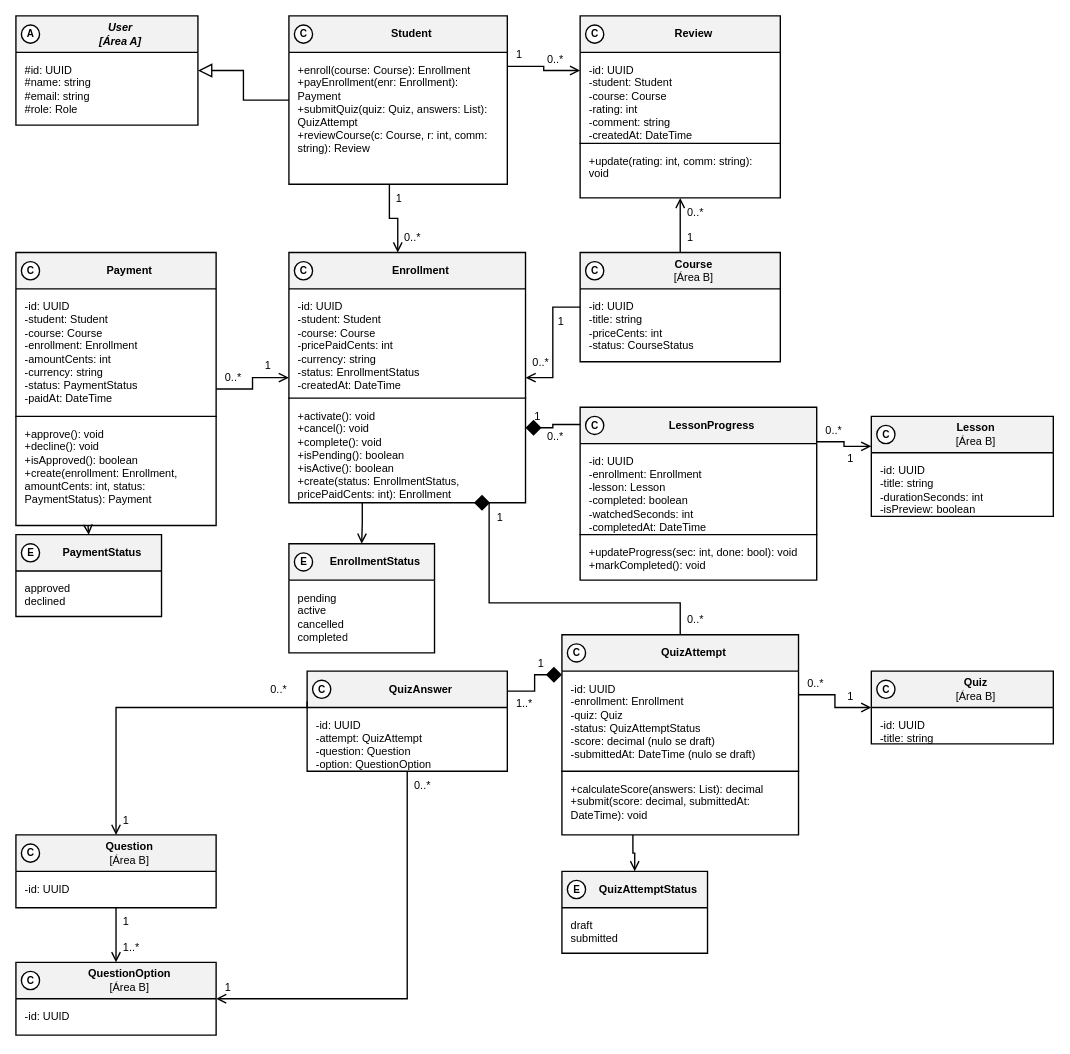
Before: especificacao/diagramas/13-classes-area-c-negocial.drawio in Plataforma-de-Cursos-TCC/plataforma-cursos-docs, a draw.io diagram. Source tidied: cells renumbered, new cells numbered last; positions are measured from the earlier drawing's top-left corner, leaving out a move shared by most shapes. Both pictures are drawn from the tidied source at 91%, with x=0, y=0 at pixel (15, 15).
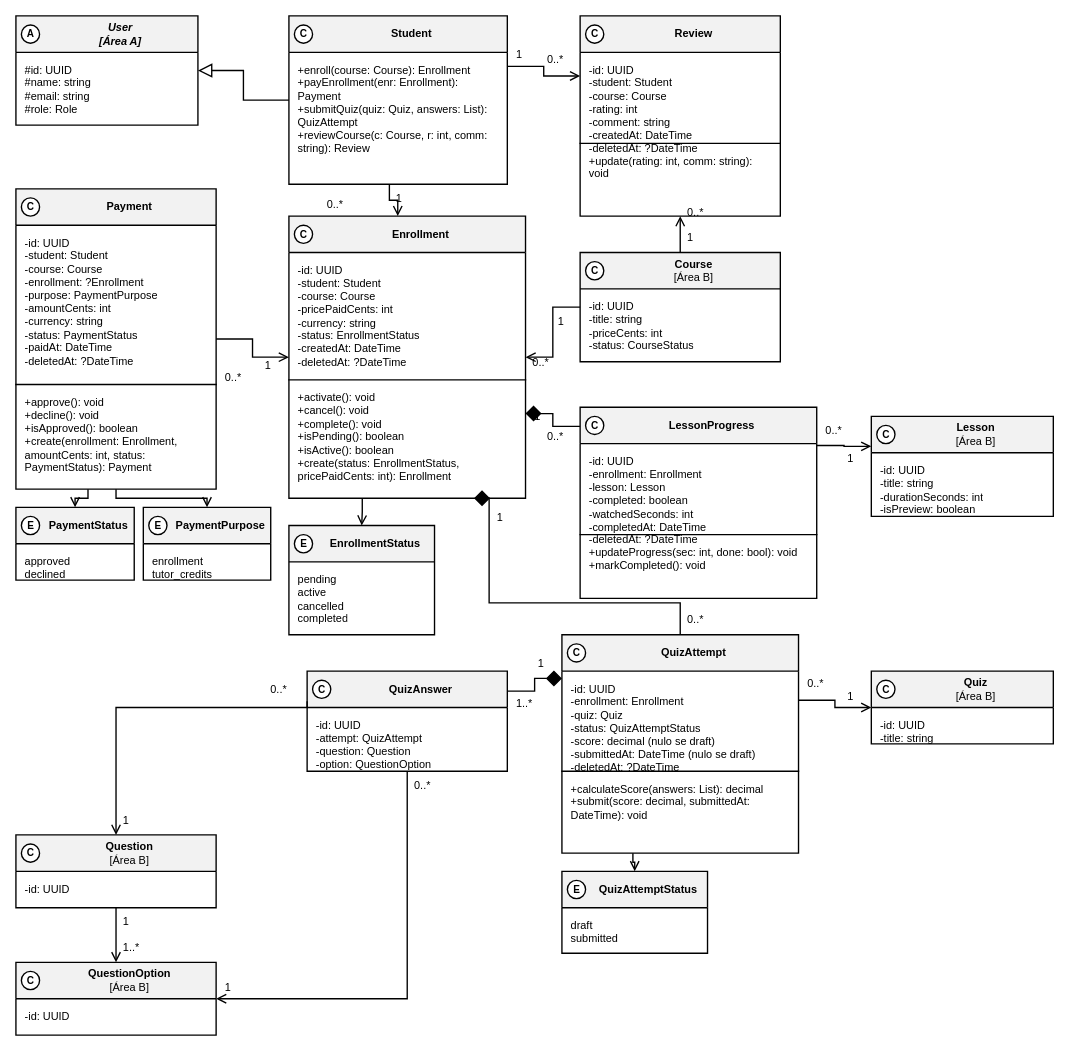
Above is the later version.

Commit message (it also covers changes not shown here):
docs(area-c): refactor class diagrams layout and role colors

The edit, as a diff of the source:
```diff
@@
     <mxCell id="8" value="&lt;b&gt;EnrollmentStatus&lt;/b&gt;" style="swimlane;fontStyle=0;align=center;verticalAlign=middle;horizontal=1;startSize=40;html=1;whiteSpace=wrap;fontFamily=Helvetica;fontSize=12;fillColor=#F2F2F2;swimlaneFillColor=#FFFFFF;strokeColor=#000000;strokeWidth=1.5;fontColor=#000000;spacingLeft=30;" parent="1" vertex="1">
-      <mxGeometry x="300" y="580" width="160" height="120" as="geometry" />
+      <mxGeometry x="300" y="560" width="160" height="120" as="geometry" />
     </mxCell>
@@
     <mxCell id="10" value="&lt;b&gt;PaymentStatus&lt;/b&gt;" style="swimlane;fontStyle=0;align=center;verticalAlign=middle;horizontal=1;startSize=40;html=1;whiteSpace=wrap;fontFamily=Helvetica;fontSize=12;fillColor=#F2F2F2;swimlaneFillColor=#FFFFFF;strokeColor=#000000;strokeWidth=1.5;fontColor=#000000;spacingLeft=30;" parent="1" vertex="1">
-      <mxGeometry y="570" width="160" height="90" as="geometry" />
+      <mxGeometry y="540" width="130" height="80" as="geometry" />
     </mxCell>
     <mxCell id="11" value="approved&lt;br&gt;declined" style="text;strokeColor=none;fillColor=none;align=left;verticalAlign=top;spacingLeft=8;spacingRight=8;spacingTop=6;overflow=hidden;whiteSpace=wrap;html=1;fontFamily=Helvetica;fontSize=12;fontColor=#000000;" parent="10" vertex="1">
-      <mxGeometry y="40" width="160" height="50" as="geometry" />
+      <mxGeometry y="40" width="130" height="50" as="geometry" />
     </mxCell>
     <mxCell id="12" value="&lt;b&gt;Payment&lt;/b&gt;" style="swimlane;fontStyle=0;align=center;verticalAlign=middle;horizontal=1;startSize=40;html=1;whiteSpace=wrap;fontFamily=Helvetica;fontSize=12;fillColor=#F2F2F2;swimlaneFillColor=#FFFFFF;strokeColor=#000000;strokeWidth=1.5;fontColor=#000000;spacingLeft=30;" parent="1" vertex="1">
-      <mxGeometry y="260" width="220" height="300" as="geometry" />
+      <mxGeometry y="190" width="220" height="330" as="geometry" />
     </mxCell>
-    <mxCell id="13" value="-id: UUID&lt;br&gt;-student: Student&lt;br&gt;-course: Course&lt;br&gt;-enrollment: Enrollment&lt;br&gt;-amountCents: int&lt;br&gt;-currency: string&lt;br&gt;-status: PaymentStatus&lt;br&gt;-paidAt: DateTime" style="text;strokeColor=none;fillColor=none;align=left;verticalAlign=top;spacingLeft=8;spacingRight=8;spacingTop=6;overflow=hidden;whiteSpace=wrap;html=1;fontFamily=Helvetica;fontSize=12;fontColor=#000000;" parent="12" vertex="1">
-      <mxGeometry y="40" width="220" height="140" as="geometry" />
+    <mxCell id="13" value="-id: UUID&lt;br&gt;-student: Student&lt;br&gt;-course: Course&lt;br&gt;-enrollment: ?Enrollment&lt;br&gt;-purpose: PaymentPurpose&lt;br&gt;-amountCents: int&lt;br&gt;-currency: string&lt;br&gt;-status: PaymentStatus&lt;br&gt;-paidAt: DateTime&lt;br&gt;-deletedAt: ?DateTime" style="text;strokeColor=none;fillColor=none;align=left;verticalAlign=top;spacingLeft=8;spacingRight=8;spacingTop=6;overflow=hidden;whiteSpace=wrap;html=1;fontFamily=Helvetica;fontSize=12;fontColor=#000000;" parent="12" vertex="1">
+      <mxGeometry y="40" width="220" height="175" as="geometry" />
     </mxCell>
     <mxCell id="14" value="+approve(): void&lt;br&gt;+decline(): void&lt;br&gt;+isApproved(): boolean&lt;br&gt;+create(enrollment: Enrollment, amountCents: int, status: PaymentStatus): Payment" style="shape=partialRectangle;top=1;bottom=0;left=0;right=0;text;strokeColor=#000000;strokeWidth=1.5;fillColor=none;align=left;verticalAlign=top;spacingLeft=8;spacingRight=8;spacingTop=6;overflow=hidden;whiteSpace=wrap;html=1;fontFamily=Helvetica;fontSize=12;fontColor=#000000;" parent="12" vertex="1">
-      <mxGeometry y="180" width="220" height="120" as="geometry" />
+      <mxGeometry y="215" width="220" height="110" as="geometry" />
     </mxCell>
     <mxCell id="15" value="&lt;b&gt;Enrollment&lt;/b&gt;" style="swimlane;fontStyle=0;align=center;verticalAlign=middle;horizontal=1;startSize=40;html=1;whiteSpace=wrap;fontFamily=Helvetica;fontSize=12;fillColor=#F2F2F2;swimlaneFillColor=#FFFFFF;strokeColor=#000000;strokeWidth=1.5;fontColor=#000000;spacingLeft=30;" parent="1" vertex="1">
-      <mxGeometry x="300" y="260" width="260" height="275" as="geometry" />
+      <mxGeometry x="300" y="220" width="260" height="310" as="geometry" />
     </mxCell>
-    <mxCell id="16" value="-id: UUID&lt;br&gt;-student: Student&lt;br&gt;-course: Course&lt;br&gt;-pricePaidCents: int&lt;br&gt;-currency: string&lt;br&gt;-status: EnrollmentStatus&lt;br&gt;-createdAt: DateTime" style="text;strokeColor=none;fillColor=none;align=left;verticalAlign=top;spacingLeft=8;spacingRight=8;spacingTop=6;overflow=hidden;whiteSpace=wrap;html=1;fontFamily=Helvetica;fontSize=12;fontColor=#000000;" parent="15" vertex="1">
-      <mxGeometry y="40" width="260" height="120" as="geometry" />
+    <mxCell id="16" value="-id: UUID&lt;br&gt;-student: Student&lt;br&gt;-course: Course&lt;br&gt;-pricePaidCents: int&lt;br&gt;-currency: string&lt;br&gt;-status: EnrollmentStatus&lt;br&gt;-createdAt: DateTime&lt;br&gt;-deletedAt: ?DateTime" style="text;strokeColor=none;fillColor=none;align=left;verticalAlign=top;spacingLeft=8;spacingRight=8;spacingTop=6;overflow=hidden;whiteSpace=wrap;html=1;fontFamily=Helvetica;fontSize=12;fontColor=#000000;" parent="15" vertex="1">
+      <mxGeometry y="40" width="260" height="140" as="geometry" />
     </mxCell>
     <mxCell id="17" value="+activate(): void&lt;br&gt;+cancel(): void&lt;br&gt;+complete(): void&lt;br&gt;+isPending(): boolean&lt;br&gt;+isActive(): boolean&lt;br&gt;+create(status: EnrollmentStatus, pricePaidCents: int): Enrollment" style="shape=partialRectangle;top=1;bottom=0;left=0;right=0;text;strokeColor=#000000;strokeWidth=1.5;fillColor=none;align=left;verticalAlign=top;spacingLeft=8;spacingRight=8;spacingTop=6;overflow=hidden;whiteSpace=wrap;html=1;fontFamily=Helvetica;fontSize=12;fontColor=#000000;" parent="15" vertex="1">
-      <mxGeometry y="160" width="260" height="115" as="geometry" />
+      <mxGeometry y="180" width="260" height="130" as="geometry" />
     </mxCell>
     <mxCell id="18" value="&lt;b&gt;Review&lt;/b&gt;" style="swimlane;fontStyle=0;align=center;verticalAlign=middle;horizontal=1;startSize=40;html=1;whiteSpace=wrap;fontFamily=Helvetica;fontSize=12;fillColor=#F2F2F2;swimlaneFillColor=#FFFFFF;strokeColor=#000000;strokeWidth=1.5;fontColor=#000000;spacingLeft=30;" parent="1" vertex="1">
-      <mxGeometry x="620" width="220" height="200" as="geometry" />
+      <mxGeometry x="620" width="220" height="220" as="geometry" />
     </mxCell>
-    <mxCell id="19" value="-id: UUID&lt;br&gt;-student: Student&lt;br&gt;-course: Course&lt;br&gt;-rating: int&lt;br&gt;-comment: string&lt;br&gt;-createdAt: DateTime" style="text;strokeColor=none;fillColor=none;align=left;verticalAlign=top;spacingLeft=8;spacingRight=8;spacingTop=6;overflow=hidden;whiteSpace=wrap;html=1;fontFamily=Helvetica;fontSize=12;fontColor=#000000;" parent="18" vertex="1">
-      <mxGeometry y="40" width="220" height="100" as="geometry" />
+    <mxCell id="19" value="-id: UUID&lt;br&gt;-student: Student&lt;br&gt;-course: Course&lt;br&gt;-rating: int&lt;br&gt;-comment: string&lt;br&gt;-createdAt: DateTime&lt;br&gt;-deletedAt: ?DateTime" style="text;strokeColor=none;fillColor=none;align=left;verticalAlign=top;spacingLeft=8;spacingRight=8;spacingTop=6;overflow=hidden;whiteSpace=wrap;html=1;fontFamily=Helvetica;fontSize=12;fontColor=#000000;" parent="18" vertex="1">
+      <mxGeometry y="40" width="220" height="150" as="geometry" />
     </mxCell>
@@
     <mxCell id="23" value="&lt;b&gt;LessonProgress&lt;/b&gt;" style="swimlane;fontStyle=0;align=center;verticalAlign=middle;horizontal=1;startSize=40;html=1;whiteSpace=wrap;fontFamily=Helvetica;fontSize=12;fillColor=#F2F2F2;swimlaneFillColor=#FFFFFF;strokeColor=#000000;strokeWidth=1.5;fontColor=#000000;spacingLeft=30;" parent="1" vertex="1">
-      <mxGeometry x="620" y="430" width="260" height="190" as="geometry" />
+      <mxGeometry x="620" y="430" width="260" height="210" as="geometry" />
     </mxCell>
-    <mxCell id="24" value="-id: UUID&lt;br&gt;-enrollment: Enrollment&lt;br&gt;-lesson: Lesson&lt;br&gt;-completed: boolean&lt;br&gt;-watchedSeconds: int&lt;br&gt;-completedAt: DateTime" style="text;strokeColor=none;fillColor=none;align=left;verticalAlign=top;spacingLeft=8;spacingRight=8;spacingTop=6;overflow=hidden;whiteSpace=wrap;html=1;fontFamily=Helvetica;fontSize=12;fontColor=#000000;" parent="23" vertex="1">
-      <mxGeometry y="40" width="260" height="100" as="geometry" />
+    <mxCell id="24" value="-id: UUID&lt;br&gt;-enrollment: Enrollment&lt;br&gt;-lesson: Lesson&lt;br&gt;-completed: boolean&lt;br&gt;-watchedSeconds: int&lt;br&gt;-completedAt: DateTime&lt;br&gt;-deletedAt: ?DateTime" style="text;strokeColor=none;fillColor=none;align=left;verticalAlign=top;spacingLeft=8;spacingRight=8;spacingTop=6;overflow=hidden;whiteSpace=wrap;html=1;fontFamily=Helvetica;fontSize=12;fontColor=#000000;" parent="23" vertex="1">
+      <mxGeometry y="40" width="260" height="150" as="geometry" />
     </mxCell>
@@
     <mxCell id="28" value="&lt;b&gt;QuizAttempt&lt;/b&gt;" style="swimlane;fontStyle=0;align=center;verticalAlign=middle;horizontal=1;startSize=40;html=1;whiteSpace=wrap;fontFamily=Helvetica;fontSize=12;fillColor=#F2F2F2;swimlaneFillColor=#FFFFFF;strokeColor=#000000;strokeWidth=1.5;fontColor=#000000;spacingLeft=30;" parent="1" vertex="1">
-      <mxGeometry x="600" y="680" width="260" height="220" as="geometry" />
+      <mxGeometry x="600" y="680" width="260" height="240" as="geometry" />
     </mxCell>
-    <mxCell id="29" value="-id: UUID&lt;br&gt;-enrollment: Enrollment&lt;br&gt;-quiz: Quiz&lt;br&gt;-status: QuizAttemptStatus&lt;br&gt;-score: decimal (nulo se draft)&lt;br&gt;-submittedAt: DateTime (nulo se draft)" style="text;strokeColor=none;fillColor=none;align=left;verticalAlign=top;spacingLeft=8;spacingRight=8;spacingTop=6;overflow=hidden;whiteSpace=wrap;html=1;fontFamily=Helvetica;fontSize=12;fontColor=#000000;" parent="28" vertex="1">
-      <mxGeometry y="40" width="260" height="110" as="geometry" />
+    <mxCell id="29" value="-id: UUID&lt;br&gt;-enrollment: Enrollment&lt;br&gt;-quiz: Quiz&lt;br&gt;-status: QuizAttemptStatus&lt;br&gt;-score: decimal (nulo se draft)&lt;br&gt;-submittedAt: DateTime (nulo se draft)&lt;br&gt;-deletedAt: ?DateTime" style="text;strokeColor=none;fillColor=none;align=left;verticalAlign=top;spacingLeft=8;spacingRight=8;spacingTop=6;overflow=hidden;whiteSpace=wrap;html=1;fontFamily=Helvetica;fontSize=12;fontColor=#000000;" parent="28" vertex="1">
+      <mxGeometry y="40" width="260" height="150" as="geometry" />
     </mxCell>
@@
     <mxCell id="36" value="0..*" style="text;html=1;align=left;verticalAlign=middle;fontFamily=Helvetica;fontSize=12;fontColor=#000000;fillColor=none;strokeColor=none;" parent="1" vertex="1">
-      <mxGeometry x="425" y="234" width="30" height="20" as="geometry" />
+      <mxGeometry x="340" y="198" width="30" height="20" as="geometry" />
     </mxCell>
@@
     <mxCell id="85" value="E" style="ellipse;html=1;fillColor=#FFFFFF;strokeColor=#000000;strokeWidth=1.5;fontFamily=Helvetica;fontSize=11;fontStyle=1;fontColor=#000000;" parent="1" vertex="1">
-      <mxGeometry x="306" y="590" width="20" height="20" as="geometry" />
+      <mxGeometry x="306" y="570" width="20" height="20" as="geometry" />
     </mxCell>
     <mxCell id="86" value="E" style="ellipse;html=1;fillColor=#FFFFFF;strokeColor=#000000;strokeWidth=1.5;fontFamily=Helvetica;fontSize=11;fontStyle=1;fontColor=#000000;" parent="1" vertex="1">
-      <mxGeometry x="6" y="580" width="20" height="20" as="geometry" />
+      <mxGeometry x="6" y="550" width="20" height="20" as="geometry" />
     </mxCell>
     <mxCell id="87" value="C" style="ellipse;html=1;fillColor=#FFFFFF;strokeColor=#000000;strokeWidth=1.5;fontFamily=Helvetica;fontSize=11;fontStyle=1;fontColor=#000000;" parent="1" vertex="1">
-      <mxGeometry x="6" y="270" width="20" height="20" as="geometry" />
+      <mxGeometry x="6" y="200" width="20" height="20" as="geometry" />
     </mxCell>
     <mxCell id="88" value="C" style="ellipse;html=1;fillColor=#FFFFFF;strokeColor=#000000;strokeWidth=1.5;fontFamily=Helvetica;fontSize=11;fontStyle=1;fontColor=#000000;" parent="1" vertex="1">
-      <mxGeometry x="306" y="270" width="20" height="20" as="geometry" />
+      <mxGeometry x="306" y="230" width="20" height="20" as="geometry" />
     </mxCell>
@@
+    <mxCell id="98" value="&lt;b&gt;PaymentPurpose&lt;/b&gt;" style="swimlane;fontStyle=0;align=center;verticalAlign=middle;horizontal=1;startSize=40;html=1;whiteSpace=wrap;fontFamily=Helvetica;fontSize=12;fillColor=#F2F2F2;swimlaneFillColor=#FFFFFF;strokeColor=#000000;strokeWidth=1.5;fontColor=#000000;spacingLeft=30;" parent="1" vertex="1">
+      <mxGeometry x="140" y="540" width="140" height="80" as="geometry" />
+    </mxCell>
+    <mxCell id="99" value="enrollment&lt;br&gt;tutor_credits" style="text;strokeColor=none;fillColor=none;align=left;verticalAlign=top;spacingLeft=8;spacingRight=8;spacingTop=6;overflow=hidden;whiteSpace=wrap;html=1;fontFamily=Helvetica;fontSize=12;fontColor=#000000;" parent="98" vertex="1">
+      <mxGeometry y="40" width="140" height="50" as="geometry" />
+    </mxCell>
+    <mxCell id="100" value="E" style="ellipse;html=1;fillColor=#FFFFFF;strokeColor=#000000;strokeWidth=1.5;fontFamily=Helvetica;fontSize=11;fontStyle=1;fontColor=#000000;" parent="1" vertex="1">
+      <mxGeometry x="146" y="550" width="20" height="20" as="geometry" />
+    </mxCell>
+    <mxCell id="101" style="edgeStyle=orthogonalEdgeStyle;rounded=0;html=1;strokeColor=#000000;strokeWidth=1.5;endArrow=open;endFill=0;endSize=8;fontFamily=Helvetica;fontSize=12;" parent="1" edge="1" source="12" target="98">
+      <mxGeometry relative="1" as="geometry" />
+    </mxCell>
```
